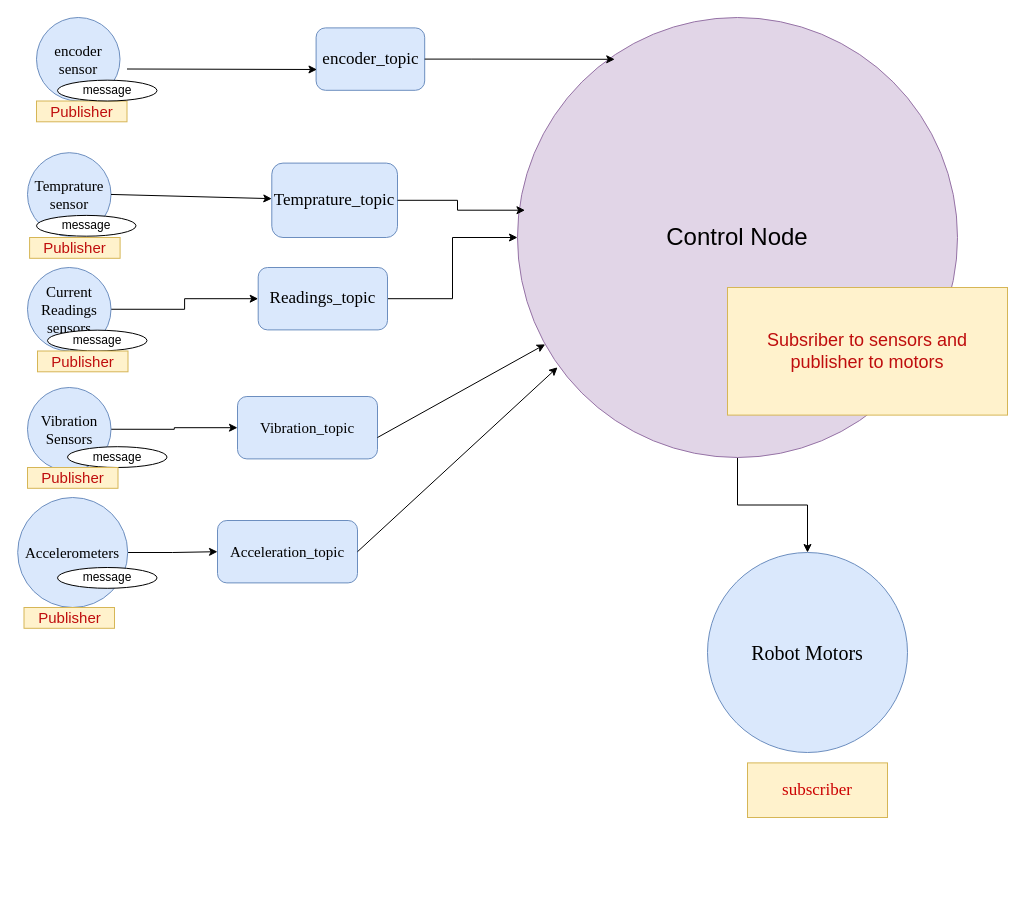
Earlier version of the draw.io diagram robots.drawio (Mahmoud20301/Task1). Source tidied: cells renumbered, new cells numbered last; positions are measured from the earlier drawing's top-left corner, leaving out a move shared by most shapes. Both pictures are drawn from the tidied source at 100%, with x=0, y=0 at pixel (17, 17).
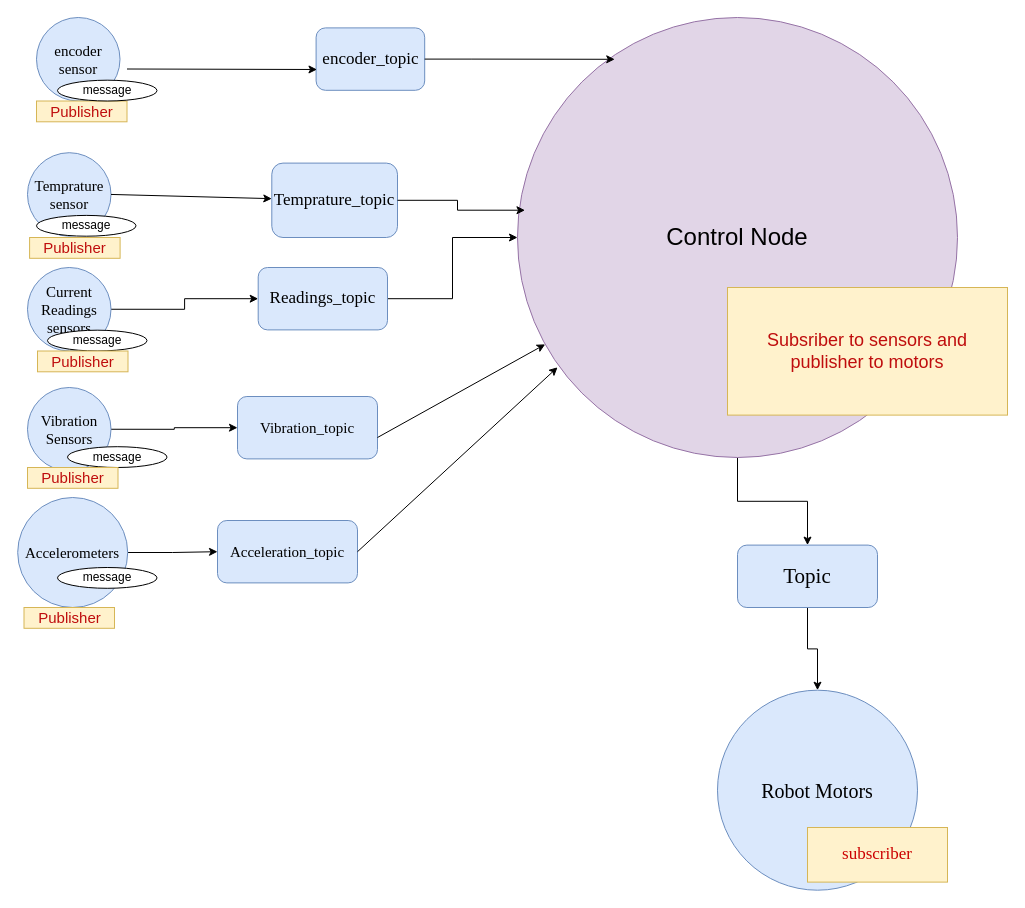
The same page after the edit.

The change refers to these unchanged cells:
```xml
<mxCell id="24" value="Control Node" style="ellipse;whiteSpace=wrap;html=1;fontSize=24;fillColor=#e1d5e7;strokeColor=#9673a6;" parent="1" vertex="1">
  <mxGeometry x="500" width="440" height="440" as="geometry" />
</mxCell>
```

Change to the diagram source:
```diff
@@
     <mxCell id="2" value="Robot Motors" style="ellipse;whiteSpace=wrap;html=1;fontFamily=Times New Roman;fontSize=20;fillColor=#dae8fc;strokeColor=#6c8ebf;" parent="1" vertex="1">
-      <mxGeometry x="690" y="535" width="200" height="200" as="geometry" />
+      <mxGeometry x="700" y="672.7" width="200" height="200" as="geometry" />
     </mxCell>
     <mxCell id="3" value="subscriber" style="rounded=0;whiteSpace=wrap;html=1;fontFamily=Times New Roman;fontSize=17;fillColor=#fff2cc;strokeColor=#d6b656;fontColor=#CC0000;" parent="1" vertex="1">
-      <mxGeometry x="730" y="745.4" width="140" height="54.6" as="geometry" />
+      <mxGeometry x="790" y="810" width="140" height="54.6" as="geometry" />
     </mxCell>
@@
-    <mxCell id="23" style="edgeStyle=orthogonalEdgeStyle;rounded=0;jettySize=auto;html=1;exitX=0.5;exitY=1;exitDx=0;exitDy=0;entryX=0.5;entryY=0;entryDx=0;entryDy=0;" parent="1" edge="1" source="24" target="2">
-      <mxGeometry relative="1" as="geometry" />
-    </mxCell>
+    <mxCell id="38" style="edgeStyle=orthogonalEdgeStyle;rounded=0;jettySize=auto;html=1;exitX=0.5;exitY=1;exitDx=0;exitDy=0;entryX=0.5;entryY=0;entryDx=0;entryDy=0;" parent="1" edge="1" source="24" target="40">
+      <mxGeometry relative="1" as="geometry" />
+    </mxCell>
@@
+    <mxCell id="39" style="edgeStyle=orthogonalEdgeStyle;rounded=0;jettySize=auto;html=1;exitX=0.5;exitY=1;exitDx=0;exitDy=0;" parent="1" edge="1" source="40" target="2">
+      <mxGeometry relative="1" as="geometry" />
+    </mxCell>
+    <mxCell id="40" value="Topic" style="rounded=1;whiteSpace=wrap;html=1;fontFamily=Times New Roman;fontSize=21;fillColor=#dae8fc;strokeColor=#6c8ebf;" parent="1" vertex="1">
+      <mxGeometry x="720" y="527.6" width="140" height="62.4" as="geometry" />
+    </mxCell>
```
